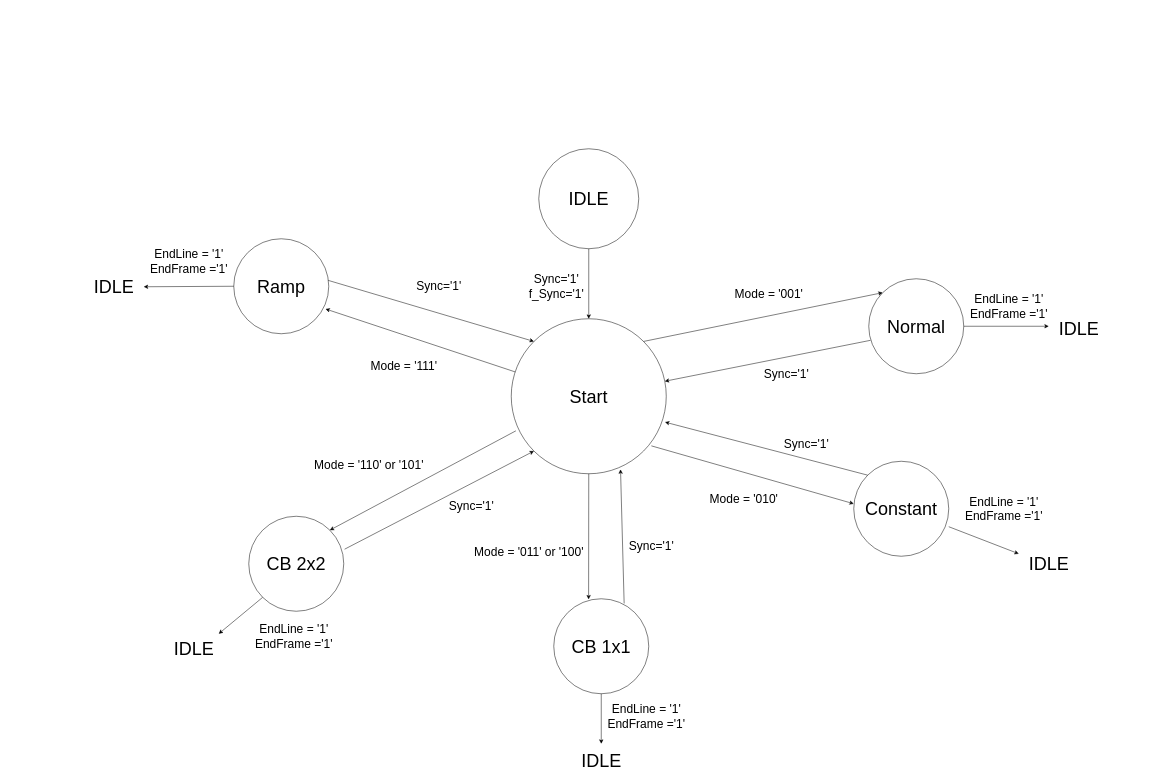
The draw.io diagram Diagrams/State_Machine.drawio in sabarioded/Patterns_Project, before the edit. Source tidied: cells renumbered, new cells numbered last; positions are measured from the earlier drawing's top-left corner, leaving out a move shared by most shapes. Both pictures are drawn from the tidied source at 50%, with x=0, y=0 at pixel (88, 148).
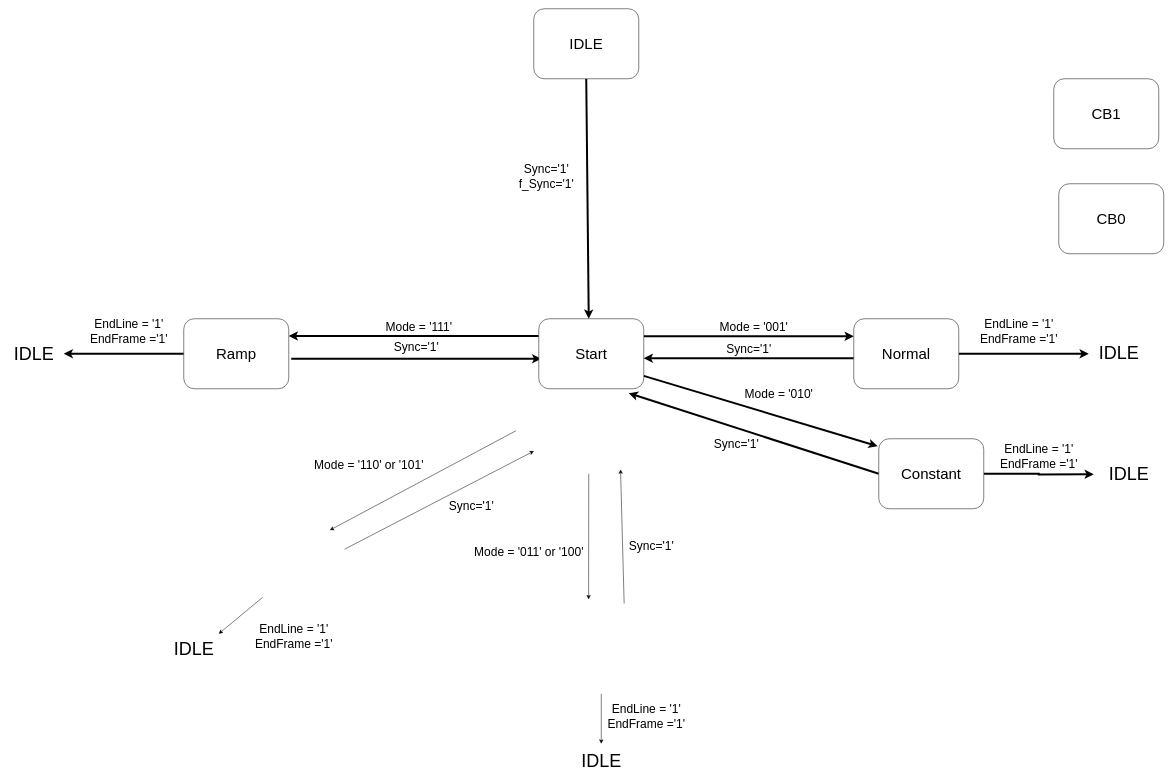
The same diagram, later.

What changed in the source:
```diff
@@
-    <mxCell id="2" value="&lt;font style=&quot;font-size: 36px;&quot;&gt;Start&lt;/font&gt;" style="ellipse;whiteSpace=wrap;html=1;" parent="1" vertex="1">
-      <mxGeometry x="845" y="340" width="310" height="310" as="geometry" />
-    </mxCell>
-    <mxCell id="3" value="&lt;div&gt;&lt;font style=&quot;font-size: 36px;&quot;&gt;Ramp&lt;/font&gt;&lt;/div&gt;" style="ellipse;whiteSpace=wrap;html=1;" parent="1" vertex="1">
-      <mxGeometry x="290" y="180" width="190" height="190" as="geometry" />
-    </mxCell>
-    <mxCell id="4" value="&lt;font style=&quot;font-size: 36px;&quot;&gt;IDLE&lt;/font&gt;" style="ellipse;whiteSpace=wrap;html=1;" parent="1" vertex="1">
-      <mxGeometry x="900" width="200" height="200" as="geometry" />
-    </mxCell>
-    <mxCell id="5" style="endArrow=classic;html=1;rounded=0;exitX=0.5;exitY=1;exitDx=0;exitDy=0;entryX=0.5;entryY=0;entryDx=0;entryDy=0;" parent="1" edge="1" source="4" target="2">
-      <mxGeometry relative="1" as="geometry" />
+    <mxCell id="5" style="endArrow=classic;html=1;rounded=0;exitX=0.5;exitY=1;exitDx=0;exitDy=0;entryX=0.5;entryY=0;entryDx=0;entryDy=0;strokeWidth=4;" parent="1" edge="1" source="4">
+      <mxGeometry relative="1" as="geometry">
+        <mxPoint x="1000" y="340" as="targetPoint" />
+      </mxGeometry>
     </mxCell>
     <mxCell id="6" value="&lt;span style=&quot;font-size: 24px;&quot;&gt;Sync='1'&lt;/span&gt;&lt;div&gt;&lt;span style=&quot;font-size: 24px;&quot;&gt;f_Sync='1'&lt;/span&gt;&lt;/div&gt;" style="text;html=1;align=center;verticalAlign=middle;strokeColor=none;fillColor=none;" parent="1" vertex="1">
-      <mxGeometry x="870" y="240" width="130" height="70" as="geometry" />
+      <mxGeometry x="850" y="20" width="130" height="70" as="geometry" />
     </mxCell>
-    <mxCell id="7" value="&lt;div&gt;&lt;font style=&quot;font-size: 36px;&quot;&gt;CB 2x2&lt;/font&gt;&lt;/div&gt;" style="ellipse;whiteSpace=wrap;html=1;" parent="1" vertex="1">
-      <mxGeometry x="320" y="735" width="190" height="190" as="geometry" />
-    </mxCell>
-    <mxCell id="8" value="&lt;div&gt;&lt;font style=&quot;font-size: 36px;&quot;&gt;Constant&lt;/font&gt;&lt;/div&gt;" style="ellipse;whiteSpace=wrap;html=1;" parent="1" vertex="1">
-      <mxGeometry x="1530" y="625" width="190" height="190" as="geometry" />
-    </mxCell>
-    <mxCell id="9" value="&lt;div&gt;&lt;font style=&quot;font-size: 36px;&quot;&gt;Normal&lt;/font&gt;&lt;/div&gt;" style="ellipse;whiteSpace=wrap;html=1;" parent="1" vertex="1">
-      <mxGeometry x="1560" y="260" width="190" height="190" as="geometry" />
-    </mxCell>
-    <mxCell id="10" style="endArrow=classic;html=1;rounded=0;exitX=0.994;exitY=0.438;exitDx=0;exitDy=0;entryX=0;entryY=0;entryDx=0;entryDy=0;exitPerimeter=0;" parent="1" edge="1" source="3" target="2">
-      <mxGeometry relative="1" as="geometry" />
+    <mxCell id="10" style="endArrow=classic;html=1;rounded=0;exitX=1;exitY=0.25;exitDx=0;exitDy=0;entryX=0;entryY=0.25;entryDx=0;entryDy=0;strokeWidth=4;" parent="1" edge="1">
+      <mxGeometry relative="1" as="geometry">
+        <mxPoint x="405" y="420" as="sourcePoint" />
+        <mxPoint x="905" y="420" as="targetPoint" />
+        <Array as="points">
+          <mxPoint x="795" y="420" />
+        </Array>
+      </mxGeometry>
     </mxCell>
-    <mxCell id="11" style="endArrow=classic;html=1;rounded=0;entryX=0.966;entryY=0.739;entryDx=0;entryDy=0;entryPerimeter=0;" parent="1" edge="1" source="2" target="3">
-      <mxGeometry relative="1" as="geometry" />
+    <mxCell id="11" style="endArrow=classic;html=1;rounded=0;entryX=1;entryY=0.75;entryDx=0;entryDy=0;exitX=0;exitY=0.75;exitDx=0;exitDy=0;strokeWidth=4;" parent="1" edge="1">
+      <mxGeometry relative="1" as="geometry">
+        <mxPoint x="900" y="374.5" as="sourcePoint" />
+        <mxPoint x="400" y="374.5" as="targetPoint" />
+      </mxGeometry>
     </mxCell>
-    <mxCell id="12" style="endArrow=classic;html=1;rounded=0;exitX=1;exitY=0;exitDx=0;exitDy=0;entryX=0;entryY=0;entryDx=0;entryDy=0;" parent="1" edge="1" source="2" target="9">
+    <mxCell id="12" style="endArrow=classic;html=1;rounded=0;exitX=1;exitY=0.25;exitDx=0;exitDy=0;entryX=0;entryY=0.25;entryDx=0;entryDy=0;strokeWidth=4;" parent="1" edge="1" source="2" target="9">
       <mxGeometry relative="1" as="geometry" />
     </mxCell>
-    <mxCell id="13" style="endArrow=classic;html=1;rounded=0;exitX=0.019;exitY=0.648;exitDx=0;exitDy=0;exitPerimeter=0;" parent="1" edge="1" source="9" target="2">
-      <mxGeometry relative="1" as="geometry" />
+    <mxCell id="13" style="endArrow=classic;html=1;rounded=0;entryX=1;entryY=0.75;entryDx=0;entryDy=0;exitX=0;exitY=0.75;exitDx=0;exitDy=0;strokeWidth=4;" parent="1" edge="1">
+      <mxGeometry relative="1" as="geometry">
+        <mxPoint x="1530" y="419" as="sourcePoint" />
+        <mxPoint x="1110" y="419" as="targetPoint" />
+      </mxGeometry>
     </mxCell>
-    <mxCell id="14" style="endArrow=classic;html=1;rounded=0;exitX=0;exitY=0;exitDx=0;exitDy=0;entryX=0.992;entryY=0.667;entryDx=0;entryDy=0;entryPerimeter=0;" parent="1" edge="1" source="8" target="2">
-      <mxGeometry relative="1" as="geometry" />
+    <mxCell id="14" style="endArrow=classic;html=1;rounded=0;entryX=0.992;entryY=0.667;entryDx=0;entryDy=0;entryPerimeter=0;exitX=0;exitY=0.5;exitDx=0;exitDy=0;strokeWidth=4;" parent="1" edge="1" source="8">
+      <mxGeometry relative="1" as="geometry">
+        <mxPoint x="1080" y="488.9" as="targetPoint" />
+      </mxGeometry>
     </mxCell>
-    <mxCell id="15" style="endArrow=classic;html=1;rounded=0;exitX=0.904;exitY=0.82;exitDx=0;exitDy=0;exitPerimeter=0;" parent="1" edge="1" source="2">
+    <mxCell id="15" style="endArrow=classic;html=1;rounded=0;exitX=0.904;exitY=0.82;exitDx=0;exitDy=0;exitPerimeter=0;entryX=-0.01;entryY=0.107;entryDx=0;entryDy=0;entryPerimeter=0;strokeWidth=4;" parent="1" edge="1" target="8">
       <mxGeometry relative="1" as="geometry">
-        <mxPoint x="1530" y="710" as="targetPoint" />
+        <mxPoint x="1110" y="454.2" as="sourcePoint" />
       </mxGeometry>
     </mxCell>
-    <mxCell id="16" style="endArrow=classic;html=1;rounded=0;exitX=0.03;exitY=0.723;exitDx=0;exitDy=0;entryX=1;entryY=0;entryDx=0;entryDy=0;exitPerimeter=0;" parent="1" edge="1" source="2" target="7">
-      <mxGeometry relative="1" as="geometry" />
+    <mxCell id="16" style="endArrow=classic;html=1;rounded=0;exitX=0.03;exitY=0.723;exitDx=0;exitDy=0;entryX=1;entryY=0;entryDx=0;entryDy=0;exitPerimeter=0;" parent="1" edge="1">
+      <mxGeometry relative="1" as="geometry">
+        <mxPoint x="854.3" y="564.1" as="sourcePoint" />
+        <mxPoint x="482.2" y="762.8" as="targetPoint" />
+      </mxGeometry>
     </mxCell>
-    <mxCell id="17" style="endArrow=classic;html=1;rounded=0;entryX=0;entryY=1;entryDx=0;entryDy=0;exitX=1.009;exitY=0.347;exitDx=0;exitDy=0;exitPerimeter=0;" parent="1" edge="1" source="7" target="2">
-      <mxGeometry relative="1" as="geometry" />
+    <mxCell id="17" style="endArrow=classic;html=1;rounded=0;entryX=0;entryY=1;entryDx=0;entryDy=0;exitX=1.009;exitY=0.347;exitDx=0;exitDy=0;exitPerimeter=0;" parent="1" edge="1">
+      <mxGeometry relative="1" as="geometry">
+        <mxPoint x="511.7" y="800.9" as="sourcePoint" />
+        <mxPoint x="890.4" y="604.6" as="targetPoint" />
+      </mxGeometry>
     </mxCell>
     <mxCell id="18" value="&lt;font style=&quot;font-size: 24px;&quot;&gt;Sync='1'&lt;/font&gt;" style="text;html=1;align=center;verticalAlign=middle;strokeColor=none;fillColor=none;rotation=0;" parent="1" vertex="1">
-      <mxGeometry x="645" y="255" width="110" height="40" as="geometry" />
+      <mxGeometry x="600" y="376.5" width="110" height="40" as="geometry" />
     </mxCell>
-    <mxCell id="19" value="&lt;div&gt;&lt;font style=&quot;font-size: 36px;&quot;&gt;CB 1x1&lt;/font&gt;&lt;/div&gt;" style="ellipse;whiteSpace=wrap;html=1;" parent="1" vertex="1">
-      <mxGeometry x="930" y="900" width="190" height="190" as="geometry" />
-    </mxCell>
-    <mxCell id="20" style="endArrow=classic;html=1;rounded=0;exitX=0.5;exitY=1;exitDx=0;exitDy=0;entryX=0.367;entryY=0.007;entryDx=0;entryDy=0;entryPerimeter=0;" parent="1" edge="1" source="2" target="19">
-      <mxGeometry relative="1" as="geometry" />
+    <mxCell id="20" style="endArrow=classic;html=1;rounded=0;exitX=0.5;exitY=1;exitDx=0;exitDy=0;entryX=0.367;entryY=0.007;entryDx=0;entryDy=0;entryPerimeter=0;" parent="1" edge="1">
+      <mxGeometry relative="1" as="geometry">
+        <mxPoint x="1000" y="650" as="sourcePoint" />
+        <mxPoint x="999.7" y="901.3" as="targetPoint" />
+      </mxGeometry>
     </mxCell>
-    <mxCell id="21" style="endArrow=classic;html=1;rounded=0;exitX=0.741;exitY=0.05;exitDx=0;exitDy=0;exitPerimeter=0;entryX=0.705;entryY=0.972;entryDx=0;entryDy=0;entryPerimeter=0;" parent="1" edge="1" source="19" target="2">
-      <mxGeometry relative="1" as="geometry" />
+    <mxCell id="21" style="endArrow=classic;html=1;rounded=0;exitX=0.741;exitY=0.05;exitDx=0;exitDy=0;exitPerimeter=0;entryX=0.705;entryY=0.972;entryDx=0;entryDy=0;entryPerimeter=0;" parent="1" edge="1">
+      <mxGeometry relative="1" as="geometry">
+        <mxPoint x="1070.8" y="909.5" as="sourcePoint" />
+        <mxPoint x="1063.6" y="641.3" as="targetPoint" />
+      </mxGeometry>
     </mxCell>
     <mxCell id="22" value="&lt;div&gt;&lt;span style=&quot;font-size: 24px;&quot;&gt;Mode = '111'&lt;/span&gt;&lt;/div&gt;" style="text;html=1;align=center;verticalAlign=middle;strokeColor=none;fillColor=none;rotation=0;" parent="1" vertex="1">
-      <mxGeometry x="550" y="415" width="160" height="40" as="geometry" />
+      <mxGeometry x="580" y="336.5" width="160" height="40" as="geometry" />
     </mxCell>
@@
     <mxCell id="27" value="&lt;font style=&quot;font-size: 24px;&quot;&gt;Sync='1'&lt;/font&gt;" style="text;html=1;align=center;verticalAlign=middle;strokeColor=none;fillColor=none;rotation=0;" parent="1" vertex="1">
-      <mxGeometry x="1380" y="570" width="110" height="40" as="geometry" />
+      <mxGeometry x="1240" y="570" width="110" height="40" as="geometry" />
     </mxCell>
     <mxCell id="28" value="&lt;div&gt;&lt;span style=&quot;font-size: 24px;&quot;&gt;Mode = '010'&lt;/span&gt;&lt;/div&gt;" style="text;html=1;align=center;verticalAlign=middle;strokeColor=none;fillColor=none;rotation=0;" parent="1" vertex="1">
-      <mxGeometry x="1230" y="680" width="160" height="40" as="geometry" />
+      <mxGeometry x="1300" y="470" width="160" height="40" as="geometry" />
     </mxCell>
     <mxCell id="29" value="&lt;div&gt;&lt;span style=&quot;font-size: 24px;&quot;&gt;Mode = '001'&lt;/span&gt;&lt;/div&gt;" style="text;html=1;align=center;verticalAlign=middle;strokeColor=none;fillColor=none;rotation=0;" parent="1" vertex="1">
-      <mxGeometry x="1280" y="270" width="160" height="40" as="geometry" />
+      <mxGeometry x="1250" y="336.5" width="160" height="40" as="geometry" />
     </mxCell>
     <mxCell id="30" value="&lt;font style=&quot;font-size: 24px;&quot;&gt;Sync='1'&lt;/font&gt;" style="text;html=1;align=center;verticalAlign=middle;strokeColor=none;fillColor=none;rotation=0;" parent="1" vertex="1">
-      <mxGeometry x="1340" y="430" width="110" height="40" as="geometry" />
+      <mxGeometry x="1265" y="380" width="110" height="40" as="geometry" />
     </mxCell>
@@
-    <mxCell id="32" style="endArrow=classic;html=1;rounded=0;exitX=0.5;exitY=1;exitDx=0;exitDy=0;" parent="1" edge="1" source="19">
+    <mxCell id="32" style="endArrow=classic;html=1;rounded=0;exitX=0.5;exitY=1;exitDx=0;exitDy=0;" parent="1" edge="1">
       <mxGeometry relative="1" as="geometry">
+        <mxPoint x="1025" y="1090" as="sourcePoint" />
         <mxPoint x="1025" y="1190" as="targetPoint" />
       </mxGeometry>
     </mxCell>
@@
-    <mxCell id="34" style="endArrow=classic;html=1;rounded=0;exitX=0;exitY=1;exitDx=0;exitDy=0;" parent="1" edge="1" source="7">
+    <mxCell id="34" style="endArrow=classic;html=1;rounded=0;exitX=0;exitY=1;exitDx=0;exitDy=0;" parent="1" edge="1">
       <mxGeometry relative="1" as="geometry">
+        <mxPoint x="347.8" y="897.2" as="sourcePoint" />
         <mxPoint x="260" y="970" as="targetPoint" />
       </mxGeometry>
     </mxCell>
@@
-    <mxCell id="37" style="endArrow=classic;html=1;rounded=0;exitX=0;exitY=0.5;exitDx=0;exitDy=0;entryX=1.1;entryY=0.517;entryDx=0;entryDy=0;entryPerimeter=0;" parent="1" edge="1" source="3" target="39">
-      <mxGeometry relative="1" as="geometry" />
+    <mxCell id="37" style="endArrow=classic;html=1;rounded=0;exitX=0;exitY=0.5;exitDx=0;exitDy=0;strokeWidth=4;" parent="1" edge="1" source="3">
+      <mxGeometry relative="1" as="geometry">
+        <mxPoint x="-50" y="410" as="targetPoint" />
+      </mxGeometry>
     </mxCell>
     <mxCell id="38" value="&lt;font style=&quot;font-size: 24px;&quot;&gt;EndLine = '1'&lt;/font&gt;&lt;div&gt;&lt;font style=&quot;font-size: 24px;&quot;&gt;EndFrame ='1'&lt;/font&gt;&lt;/div&gt;" style="text;html=1;align=center;verticalAlign=middle;strokeColor=none;fillColor=none;" parent="1" vertex="1">
-      <mxGeometry x="110" y="190" width="180" height="70" as="geometry" />
+      <mxGeometry x="-10" y="330" width="180" height="70" as="geometry" />
     </mxCell>
     <mxCell id="39" value="&lt;font style=&quot;font-size: 36px;&quot;&gt;IDLE&lt;/font&gt;" style="text;html=1;align=center;verticalAlign=middle;points=[];strokeColor=none;fillColor=none;" parent="1" vertex="1">
-      <mxGeometry y="245" width="100" height="60" as="geometry" />
+      <mxGeometry x="-160" y="380" width="100" height="60" as="geometry" />
     </mxCell>
-    <mxCell id="40" style="endArrow=classic;html=1;rounded=0;exitX=1;exitY=0.689;exitDx=0;exitDy=0;exitPerimeter=0;" parent="1" edge="1" source="8">
-      <mxGeometry relative="1" as="geometry">
-        <mxPoint x="1860" y="810" as="targetPoint" />
-      </mxGeometry>
-    </mxCell>
     <mxCell id="41" value="&lt;font style=&quot;font-size: 24px;&quot;&gt;EndLine = '1'&lt;/font&gt;&lt;div&gt;&lt;font style=&quot;font-size: 24px;&quot;&gt;EndFrame ='1'&lt;/font&gt;&lt;/div&gt;" style="text;html=1;align=center;verticalAlign=middle;strokeColor=none;fillColor=none;" parent="1" vertex="1">
-      <mxGeometry x="1740" y="685" width="180" height="70" as="geometry" />
+      <mxGeometry x="1810" y="580" width="180" height="70" as="geometry" />
     </mxCell>
     <mxCell id="42" value="&lt;font style=&quot;font-size: 36px;&quot;&gt;IDLE&lt;/font&gt;" style="text;html=1;align=center;verticalAlign=middle;strokeColor=none;fillColor=none;" parent="1" vertex="1">
-      <mxGeometry x="1870" y="800" width="100" height="60" as="geometry" />
+      <mxGeometry x="2030" y="620" width="100" height="60" as="geometry" />
     </mxCell>
-    <mxCell id="43" style="endArrow=classic;html=1;rounded=0;exitX=1;exitY=0.5;exitDx=0;exitDy=0;" parent="1" edge="1" source="9">
+    <mxCell id="43" style="endArrow=classic;html=1;rounded=0;exitX=1;exitY=0.5;exitDx=0;exitDy=0;strokeWidth=4;" parent="1" edge="1" source="9">
       <mxGeometry relative="1" as="geometry">
-        <mxPoint x="1920" y="355" as="targetPoint" />
+        <mxPoint x="2000" y="410" as="targetPoint" />
       </mxGeometry>
     </mxCell>
     <mxCell id="44" value="&lt;font style=&quot;font-size: 24px;&quot;&gt;EndLine = '1'&lt;/font&gt;&lt;div&gt;&lt;font style=&quot;font-size: 24px;&quot;&gt;EndFrame ='1'&lt;/font&gt;&lt;/div&gt;" style="text;html=1;align=center;verticalAlign=middle;strokeColor=none;fillColor=none;" parent="1" vertex="1">
-      <mxGeometry x="1750" y="280" width="180" height="70" as="geometry" />
+      <mxGeometry x="1770" y="330" width="180" height="70" as="geometry" />
     </mxCell>
     <mxCell id="45" value="&lt;font style=&quot;font-size: 36px;&quot;&gt;IDLE&lt;/font&gt;" style="text;html=1;align=center;verticalAlign=middle;strokeColor=none;fillColor=none;" parent="1" vertex="1">
-      <mxGeometry x="1930" y="330" width="100" height="60" as="geometry" />
+      <mxGeometry x="2010" y="376.5" width="100" height="60" as="geometry" />
     </mxCell>
+    <mxCell id="2" value="&lt;font style=&quot;font-size: 30px;&quot;&gt;Start&lt;/font&gt;" style="rounded=1;whiteSpace=wrap;html=1;" parent="1" vertex="1">
+      <mxGeometry x="900" y="340" width="210" height="140" as="geometry" />
+    </mxCell>
+    <mxCell id="4" value="&lt;font style=&quot;font-size: 30px;&quot;&gt;IDLE&lt;/font&gt;" style="rounded=1;whiteSpace=wrap;html=1;" parent="1" vertex="1">
+      <mxGeometry x="890" y="-280" width="210" height="140" as="geometry" />
+    </mxCell>
+    <mxCell id="3" value="&lt;font style=&quot;font-size: 30px;&quot;&gt;Ramp&lt;/font&gt;" style="rounded=1;whiteSpace=wrap;html=1;" parent="1" vertex="1">
+      <mxGeometry x="190" y="340" width="210" height="140" as="geometry" />
+    </mxCell>
+    <mxCell id="46" value="&lt;font style=&quot;font-size: 30px;&quot;&gt;CB1&lt;/font&gt;" style="rounded=1;whiteSpace=wrap;html=1;" parent="1" vertex="1">
+      <mxGeometry x="1930" y="-140" width="210" height="140" as="geometry" />
+    </mxCell>
+    <mxCell id="47" value="&lt;font style=&quot;font-size: 30px;&quot;&gt;CB0&lt;/font&gt;" style="rounded=1;whiteSpace=wrap;html=1;" parent="1" vertex="1">
+      <mxGeometry x="1940" y="70" width="210" height="140" as="geometry" />
+    </mxCell>
+    <mxCell id="48" style="edgeStyle=orthogonalEdgeStyle;rounded=0;jettySize=auto;html=1;exitX=1;exitY=0.5;exitDx=0;exitDy=0;strokeWidth=4;" parent="1" edge="1" source="8">
+      <mxGeometry relative="1" as="geometry">
+        <mxPoint x="2010" y="651" as="targetPoint" />
+      </mxGeometry>
+    </mxCell>
+    <mxCell id="8" value="&lt;font style=&quot;font-size: 30px;&quot;&gt;Constant&lt;/font&gt;" style="rounded=1;whiteSpace=wrap;html=1;" parent="1" vertex="1">
+      <mxGeometry x="1580" y="580" width="210" height="140" as="geometry" />
+    </mxCell>
+    <mxCell id="9" value="&lt;font style=&quot;font-size: 30px;&quot;&gt;Normal&lt;/font&gt;" style="rounded=1;whiteSpace=wrap;html=1;" parent="1" vertex="1">
+      <mxGeometry x="1530" y="340" width="210" height="140" as="geometry" />
+    </mxCell>
```
